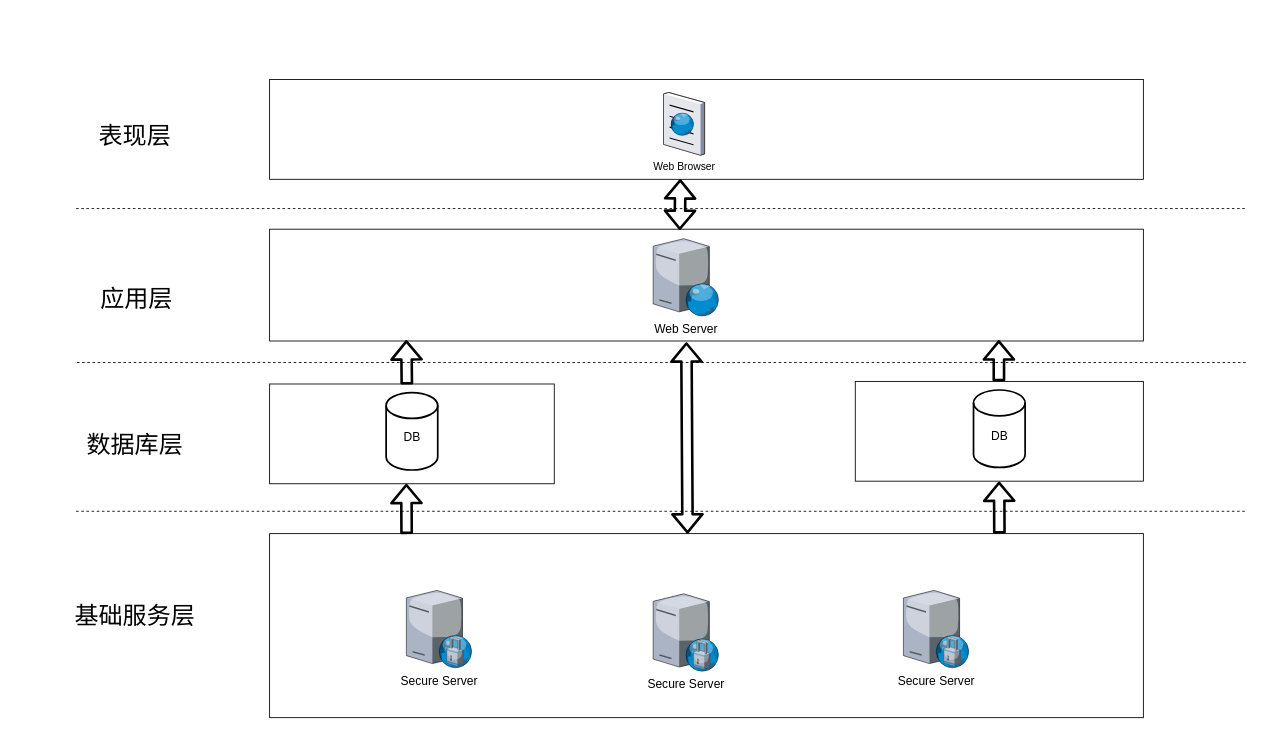
Above: Untitled Diagram.drawio in EchoZgj/paper (draw.io), before the change. Source tidied: cells renumbered, new cells numbered last; positions are measured from the earlier drawing's top-left corner, leaving out a move shared by most shapes. Both pictures are drawn from the tidied source at 86%, with x=0, y=0 at pixel (70, 79).
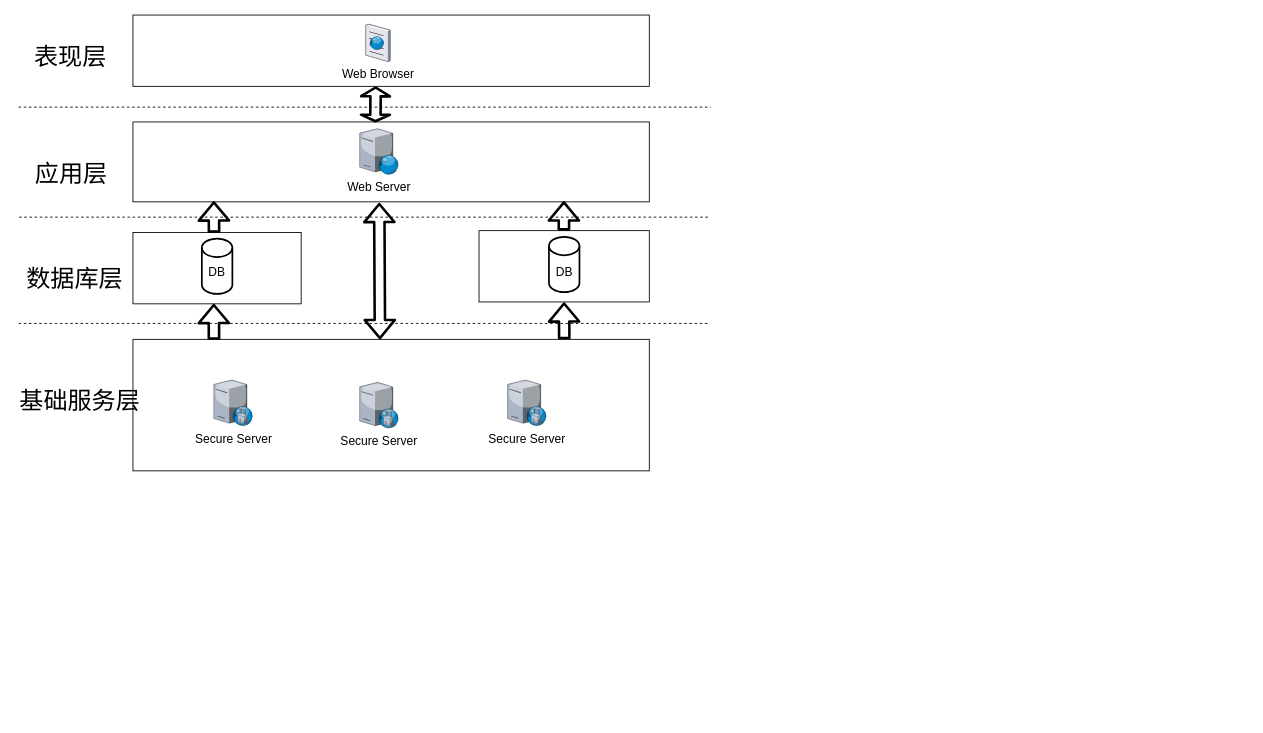
The same diagram, later.

Commit message:
程序设计图.drawio

The edit, as a diff of the source:
```diff
@@
+    <mxCell id="27" style="group;" parent="1" vertex="1">
+      <mxGeometry x="-64" y="-75" width="809" height="530" as="geometry" />
+    </mxCell>
-    <mxCell id="2" style="rounded=0;whiteSpace=wrap;html=1;fillColor=none;" parent="1" vertex="1">
-      <mxGeometry x="232" width="1016" height="116" as="geometry" />
+    <mxCell id="2" style="rounded=0;whiteSpace=wrap;html=1;fillColor=none;" parent="27" vertex="1">
+      <mxGeometry x="137.1" width="600.4" height="82.9" as="geometry" />
     </mxCell>
-    <mxCell id="3" style="rounded=0;whiteSpace=wrap;html=1;fillColor=none;" parent="1" vertex="1">
-      <mxGeometry x="232" y="174" width="1016" height="130" as="geometry" />
+    <mxCell id="3" style="rounded=0;whiteSpace=wrap;html=1;fillColor=none;" parent="27" vertex="1">
+      <mxGeometry x="137.1" y="124.3" width="600.4" height="92.9" as="geometry" />
     </mxCell>
-    <mxCell id="4" style="rounded=0;whiteSpace=wrap;html=1;fillColor=none;" parent="1" vertex="1">
-      <mxGeometry x="232" y="354" width="331" height="116" as="geometry" />
+    <mxCell id="4" style="rounded=0;whiteSpace=wrap;html=1;fillColor=none;" parent="27" vertex="1">
+      <mxGeometry x="137.1" y="252.9" width="195.6" height="82.9" as="geometry" />
     </mxCell>
-    <mxCell id="5" style="rounded=0;whiteSpace=wrap;html=1;fillColor=none;" parent="1" vertex="1">
-      <mxGeometry x="232" y="528" width="1016" height="214" as="geometry" />
+    <mxCell id="5" style="rounded=0;whiteSpace=wrap;html=1;fillColor=none;" parent="27" vertex="1">
+      <mxGeometry x="137.1" y="377.1" width="600.4" height="152.9" as="geometry" />
     </mxCell>
-    <mxCell id="6" style="endArrow=none;dashed=1;html=1;" parent="1" edge="1">
+    <mxCell id="6" style="endArrow=none;dashed=1;html=1;" parent="27" edge="1">
       <mxGeometry relative="1" as="geometry">
-        <mxPoint x="7" y="150" as="sourcePoint" />
-        <mxPoint x="1369" y="150" as="targetPoint" />
+        <mxPoint x="4.1" y="107.1" as="sourcePoint" />
+        <mxPoint x="809" y="107.1" as="targetPoint" />
       </mxGeometry>
     </mxCell>
-    <mxCell id="7" style="endArrow=none;dashed=1;html=1;" parent="1" edge="1">
+    <mxCell id="7" style="endArrow=none;dashed=1;html=1;" parent="27" edge="1">
       <mxGeometry relative="1" as="geometry">
-        <mxPoint x="8" y="329" as="sourcePoint" />
-        <mxPoint x="1368" y="329" as="targetPoint" />
+        <mxPoint x="4.7" y="235" as="sourcePoint" />
+        <mxPoint x="808.4" y="235" as="targetPoint" />
       </mxGeometry>
     </mxCell>
-    <mxCell id="8" style="endArrow=none;dashed=1;html=1;" parent="1" edge="1">
+    <mxCell id="8" style="endArrow=none;dashed=1;html=1;" parent="27" edge="1">
       <mxGeometry relative="1" as="geometry">
-        <mxPoint x="7" y="502" as="sourcePoint" />
-        <mxPoint x="1367" y="502" as="targetPoint" />
+        <mxPoint x="4.1" y="358.6" as="sourcePoint" />
+        <mxPoint x="807.8" y="358.6" as="targetPoint" />
       </mxGeometry>
     </mxCell>
-    <mxCell id="9" value="&lt;font style=&quot;font-size: 14px&quot;&gt;Web Server&lt;/font&gt;" style="verticalLabelPosition=bottom;html=1;verticalAlign=top;strokeColor=none;align=center;shape=mxgraph.citrix.web_server;fillColor=none;" parent="1" vertex="1">
-      <mxGeometry x="678" y="185" width="76.5" height="90" as="geometry" />
+    <mxCell id="9" value="&lt;font style=&quot;font-size: 14px&quot;&gt;Web Server&lt;/font&gt;" style="verticalLabelPosition=bottom;html=1;verticalAlign=top;strokeColor=none;align=center;shape=mxgraph.citrix.web_server;fillColor=none;" parent="27" vertex="1">
+      <mxGeometry x="400.7" y="132.1" width="45.2" height="53.2" as="geometry" />
     </mxCell>
-    <mxCell id="10" value="Secure Server" style="verticalLabelPosition=bottom;html=1;verticalAlign=top;strokeColor=none;shape=mxgraph.citrix.proxy_server;fillColor=#66B2FF;gradientColor=#0066CC;fontSize=14;" parent="1" vertex="1">
-      <mxGeometry x="391" y="594" width="76.5" height="90" as="geometry" />
+    <mxCell id="10" value="Secure Server" style="verticalLabelPosition=bottom;html=1;verticalAlign=top;strokeColor=none;shape=mxgraph.citrix.proxy_server;fillColor=#66B2FF;gradientColor=#0066CC;fontSize=14;" parent="27" vertex="1">
+      <mxGeometry x="231.1" y="424.3" width="45.2" height="53.2" as="geometry" />
     </mxCell>
-    <mxCell id="11" value="Secure Server" style="verticalLabelPosition=bottom;html=1;verticalAlign=top;strokeColor=none;shape=mxgraph.citrix.proxy_server;fillColor=#66B2FF;gradientColor=#0066CC;fontSize=14;" parent="1" vertex="1">
-      <mxGeometry x="969" y="594" width="76.5" height="90" as="geometry" />
+    <mxCell id="11" value="Secure Server" style="verticalLabelPosition=bottom;html=1;verticalAlign=top;strokeColor=none;shape=mxgraph.citrix.proxy_server;fillColor=#66B2FF;gradientColor=#0066CC;fontSize=14;" parent="27" vertex="1">
+      <mxGeometry x="572.6" y="424.3" width="45.2" height="53.2" as="geometry" />
     </mxCell>
-    <mxCell id="12" value="Secure Server" style="verticalLabelPosition=bottom;html=1;verticalAlign=top;strokeColor=none;shape=mxgraph.citrix.proxy_server;fillColor=#66B2FF;gradientColor=#0066CC;fontSize=14;" parent="1" vertex="1">
-      <mxGeometry x="678" y="598" width="76.5" height="90" as="geometry" />
+    <mxCell id="12" value="Secure Server" style="verticalLabelPosition=bottom;html=1;verticalAlign=top;strokeColor=none;shape=mxgraph.citrix.proxy_server;fillColor=#66B2FF;gradientColor=#0066CC;fontSize=14;" parent="27" vertex="1">
+      <mxGeometry x="400.7" y="427.1" width="45.2" height="53.2" as="geometry" />
     </mxCell>
-    <mxCell id="13" value="&lt;br style=&quot;font-size: 14px&quot;&gt;&lt;span style=&quot;font-size: 14px&quot;&gt;DB&lt;/span&gt;" style="strokeWidth=2;html=1;shape=mxgraph.flowchart.database;whiteSpace=wrap;align=center;" parent="1" vertex="1">
-      <mxGeometry x="367.5" y="364" width="60" height="90" as="geometry" />
+    <mxCell id="13" value="&lt;br style=&quot;font-size: 14px&quot;&gt;&lt;span style=&quot;font-size: 14px&quot;&gt;DB&lt;/span&gt;" style="strokeWidth=2;html=1;shape=mxgraph.flowchart.database;whiteSpace=wrap;align=center;" parent="27" vertex="1">
+      <mxGeometry x="217.2" y="260" width="35.5" height="64.3" as="geometry" />
     </mxCell>
-    <mxCell id="14" value="Web Browser" style="verticalLabelPosition=bottom;html=1;verticalAlign=top;strokeColor=none;align=center;shape=mxgraph.citrix.browser;fillColor=none;" parent="1" vertex="1">
-      <mxGeometry x="690" y="15" width="47.8" height="73" as="geometry" />
+    <mxCell id="14" value="&lt;font style=&quot;font-size: 14px&quot;&gt;Web Browser&lt;/font&gt;" style="verticalLabelPosition=bottom;html=1;verticalAlign=top;strokeColor=none;align=center;shape=mxgraph.citrix.browser;fillColor=none;" parent="27" vertex="1">
+      <mxGeometry x="407.8" y="10.7" width="28.4" height="43.3" as="geometry" />
     </mxCell>
-    <mxCell id="15" style="rounded=0;whiteSpace=wrap;html=1;fillColor=none;" parent="1" vertex="1">
-      <mxGeometry x="913" y="351" width="335" height="116" as="geometry" />
+    <mxCell id="15" style="rounded=0;whiteSpace=wrap;html=1;fillColor=none;" parent="27" vertex="1">
+      <mxGeometry x="539.5" y="250.7" width="198" height="82.9" as="geometry" />
     </mxCell>
-    <mxCell id="16" value="&lt;font style=&quot;font-size: 14px&quot;&gt;&lt;br&gt;DB&lt;/font&gt;" style="strokeWidth=2;html=1;shape=mxgraph.flowchart.database;whiteSpace=wrap;" parent="1" vertex="1">
-      <mxGeometry x="1050.5" y="361" width="60" height="90" as="geometry" />
+    <mxCell id="16" value="&lt;font style=&quot;font-size: 14px&quot;&gt;&lt;br&gt;DB&lt;/font&gt;" style="strokeWidth=2;html=1;shape=mxgraph.flowchart.database;whiteSpace=wrap;" parent="27" vertex="1">
+      <mxGeometry x="620.8" y="257.9" width="35.5" height="64.3" as="geometry" />
     </mxCell>
-    <mxCell id="17" style="shape=flexArrow;endArrow=classic;startArrow=classic;html=1;strokeWidth=3;entryX=0.477;entryY=1.011;entryDx=0;entryDy=0;entryPerimeter=0;" parent="1" edge="1" target="3">
+    <mxCell id="17" style="shape=flexArrow;endArrow=classic;startArrow=classic;html=1;strokeWidth=3;entryX=0.477;entryY=1.011;entryDx=0;entryDy=0;entryPerimeter=0;" parent="27" edge="1" target="3">
       <mxGeometry relative="1" as="geometry">
-        <mxPoint x="718" y="528" as="sourcePoint" />
+        <mxPoint x="424.3" y="377.1" as="sourcePoint" />
       </mxGeometry>
     </mxCell>
-    <mxCell id="18" style="shape=flexArrow;endArrow=classic;startArrow=classic;html=1;strokeWidth=3;entryX=0.47;entryY=0.998;entryDx=0;entryDy=0;entryPerimeter=0;" parent="1" edge="1" target="2">
+    <mxCell id="18" style="shape=flexArrow;endArrow=classic;startArrow=classic;html=1;strokeWidth=3;entryX=0.47;entryY=0.998;entryDx=0;entryDy=0;entryPerimeter=0;startWidth=18.57142857142857;startSize=1.5142857142857142;endWidth=18.57142857142857;endSize=2.39047619047619;" parent="27" edge="1" target="2">
       <mxGeometry relative="1" as="geometry">
-        <mxPoint x="709" y="175" as="sourcePoint" />
+        <mxPoint x="419" y="125" as="sourcePoint" />
       </mxGeometry>
     </mxCell>
-    <mxCell id="19" style="shape=flexArrow;endArrow=classic;html=1;strokeWidth=3;entryX=0.396;entryY=1.012;entryDx=0;entryDy=0;entryPerimeter=0;" parent="1" edge="1">
+    <mxCell id="19" style="shape=flexArrow;endArrow=classic;html=1;strokeWidth=3;entryX=0.396;entryY=1.012;entryDx=0;entryDy=0;entryPerimeter=0;" parent="27" edge="1">
       <mxGeometry relative="1" as="geometry">
-        <mxPoint x="1080.6" y="528" as="sourcePoint" />
-        <mxPoint x="1080.3" y="467.4" as="targetPoint" />
+        <mxPoint x="638.6" y="377.1" as="sourcePoint" />
+        <mxPoint x="638.4" y="333.9" as="targetPoint" />
       </mxGeometry>
     </mxCell>
-    <mxCell id="20" style="shape=flexArrow;endArrow=classic;html=1;strokeWidth=3;" parent="1" edge="1">
+    <mxCell id="20" style="shape=flexArrow;endArrow=classic;html=1;strokeWidth=3;" parent="27" edge="1">
       <mxGeometry relative="1" as="geometry">
-        <mxPoint x="391.3" y="528.6" as="sourcePoint" />
-        <mxPoint x="391" y="470" as="targetPoint" />
+        <mxPoint x="231.3" y="377.6" as="sourcePoint" />
+        <mxPoint x="231.1" y="335.7" as="targetPoint" />
       </mxGeometry>
     </mxCell>
-    <mxCell id="21" style="shape=flexArrow;endArrow=classic;html=1;strokeWidth=3;exitX=0.482;exitY=0.005;exitDx=0;exitDy=0;exitPerimeter=0;" parent="1" edge="1" source="4">
+    <mxCell id="21" style="shape=flexArrow;endArrow=classic;html=1;strokeWidth=3;exitX=0.482;exitY=0.005;exitDx=0;exitDy=0;exitPerimeter=0;" parent="27" edge="1" source="4">
       <mxGeometry relative="1" as="geometry">
-        <mxPoint x="391" y="303" as="targetPoint" />
+        <mxPoint x="231.1" y="216.4" as="targetPoint" />
       </mxGeometry>
     </mxCell>
-    <mxCell id="22" style="shape=flexArrow;endArrow=classic;html=1;strokeWidth=3;" parent="1" edge="1">
+    <mxCell id="22" style="shape=flexArrow;endArrow=classic;html=1;strokeWidth=3;" parent="27" edge="1">
       <mxGeometry relative="1" as="geometry">
-        <mxPoint x="1080" y="351" as="sourcePoint" />
-        <mxPoint x="1080" y="303" as="targetPoint" />
+        <mxPoint x="638.2" y="250.7" as="sourcePoint" />
+        <mxPoint x="638.2" y="216.4" as="targetPoint" />
       </mxGeometry>
     </mxCell>
-    <mxCell id="23" value="&lt;font style=&quot;font-size: 28px&quot;&gt;表现层&lt;/font&gt;" style="text;html=1;align=center;verticalAlign=middle;" parent="1" vertex="1">
-      <mxGeometry x="28" y="53" width="94" height="23" as="geometry" />
+    <mxCell id="23" value="&lt;font style=&quot;font-size: 28px&quot;&gt;表现层&lt;/font&gt;" style="text;html=1;align=center;verticalAlign=middle;" parent="27" vertex="1">
+      <mxGeometry x="16.5" y="37.9" width="94" height="23" as="geometry" />
     </mxCell>
-    <mxCell id="24" value="&lt;font style=&quot;font-size: 28px&quot;&gt;应用层&lt;/font&gt;" style="text;html=1;align=center;verticalAlign=middle;" parent="1" vertex="1">
-      <mxGeometry x="30" y="243" width="94" height="23" as="geometry" />
+    <mxCell id="24" value="&lt;font style=&quot;font-size: 28px&quot;&gt;应用层&lt;/font&gt;" style="text;html=1;align=center;verticalAlign=middle;" parent="27" vertex="1">
+      <mxGeometry x="17.7" y="173.6" width="94" height="23" as="geometry" />
     </mxCell>
-    <mxCell id="25" value="&lt;font style=&quot;font-size: 28px&quot;&gt;数据库层&lt;/font&gt;" style="text;html=1;align=center;verticalAlign=middle;" parent="1" vertex="1">
-      <mxGeometry x="14" y="413" width="122" height="23" as="geometry" />
+    <mxCell id="25" value="&lt;font style=&quot;font-size: 28px&quot;&gt;数据库层&lt;/font&gt;" style="text;html=1;align=center;verticalAlign=middle;" parent="27" vertex="1">
+      <mxGeometry x="8.3" y="295" width="122" height="23" as="geometry" />
     </mxCell>
-    <mxCell id="26" value="&lt;font style=&quot;font-size: 28px&quot;&gt;基础服务层&lt;/font&gt;" style="text;html=1;align=center;verticalAlign=middle;" parent="1" vertex="1">
-      <mxGeometry y="611" width="150" height="23" as="geometry" />
+    <mxCell id="26" value="&lt;font style=&quot;font-size: 28px&quot;&gt;基础服务层&lt;/font&gt;" style="text;html=1;align=center;verticalAlign=middle;" parent="27" vertex="1">
+      <mxGeometry y="436.4" width="150" height="23" as="geometry" />
     </mxCell>
```
